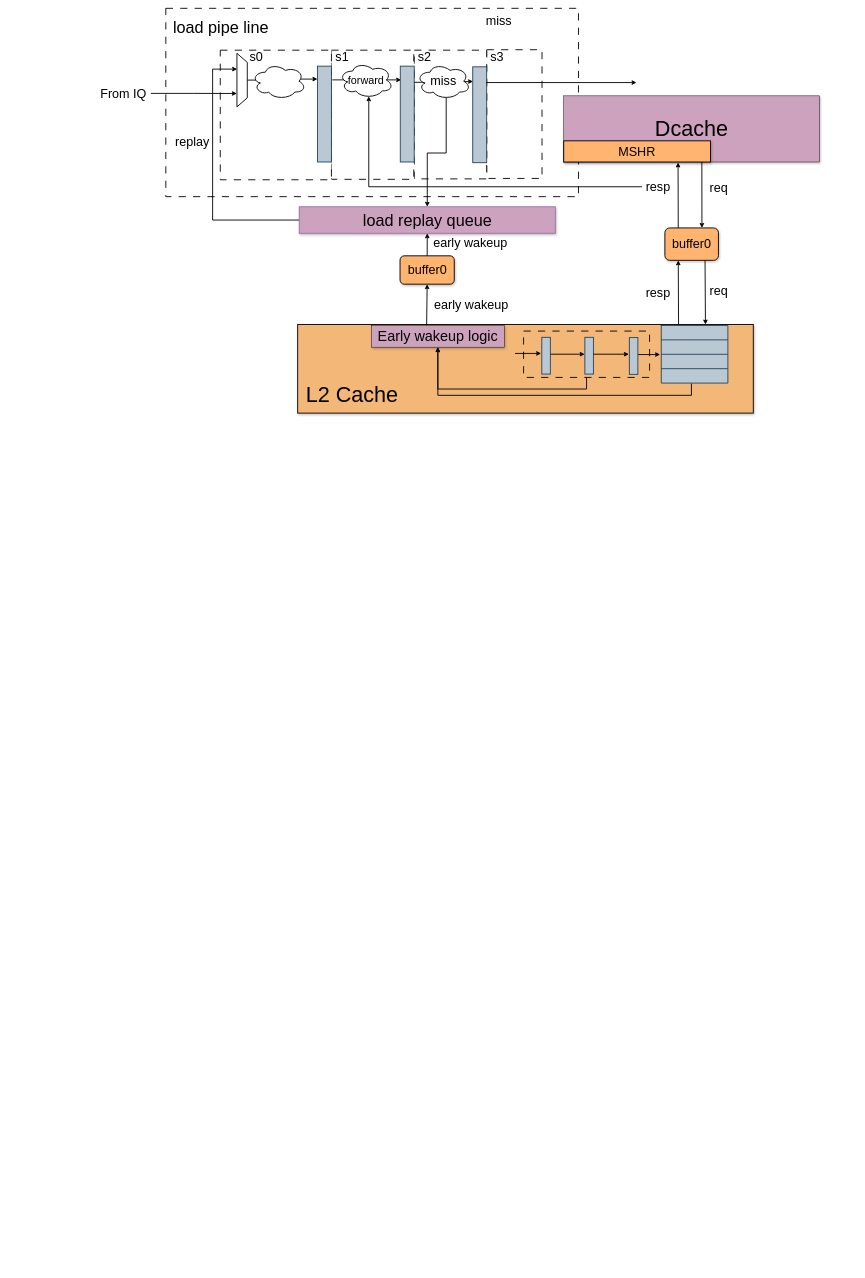
happy-lx/drawio keeps this draw.io diagram as page "第 1 页" (1 of 3) of l1_miss_l2_hit_pipeline (2).drawio. Above is the earlier version. Source tidied: cells renumbered, new cells numbered last; positions are measured from the earlier drawing's top-left corner, leaving out a move shared by most shapes. Both pictures are drawn from the tidied source at 45%, with x=0, y=0 at pixel (96, 8).
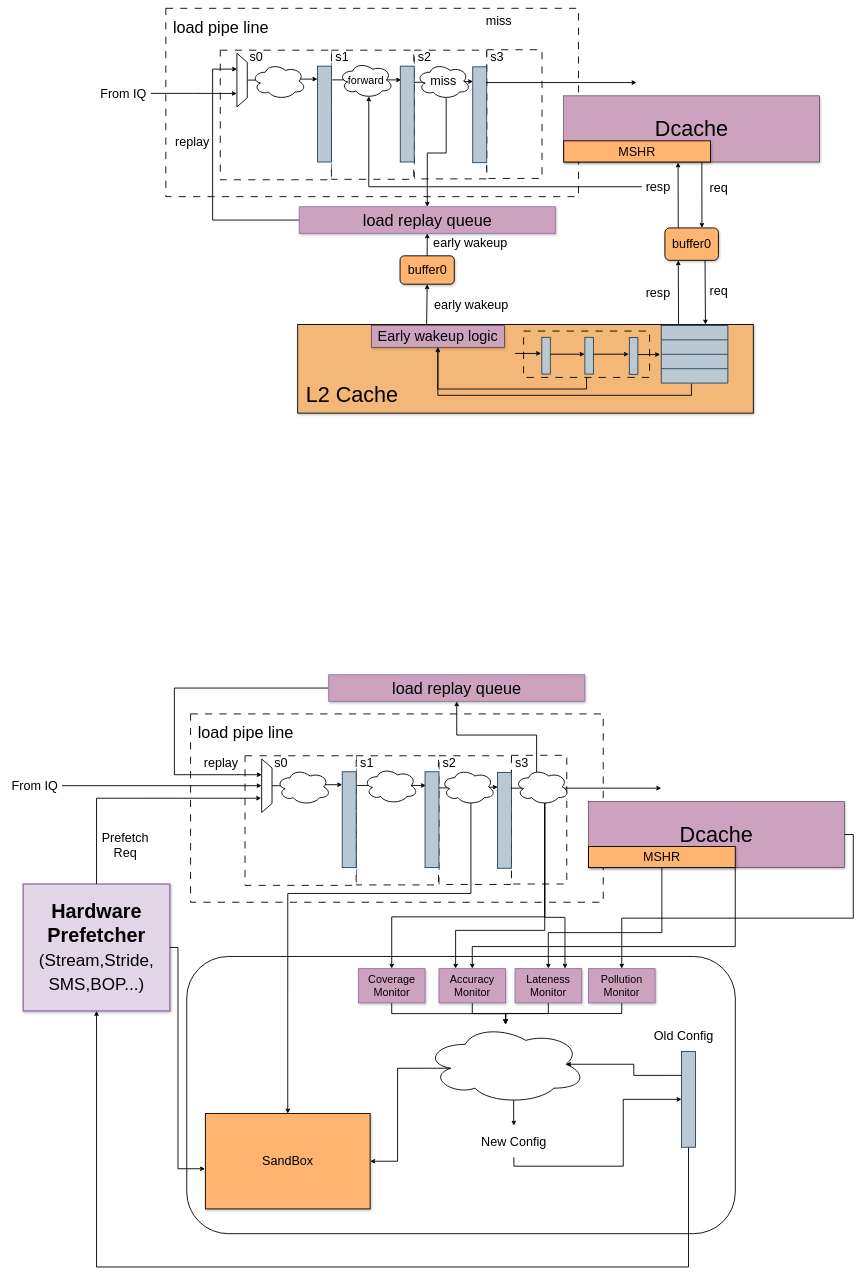
After the change.

Diff of the diagram source:
```diff
@@
+    <mxCell id="71" style="rounded=1;whiteSpace=wrap;html=1;strokeWidth=2;" parent="1" vertex="1">
+      <mxGeometry x="200.5" y="2107" width="1219" height="616" as="geometry" />
+    </mxCell>
@@
+    <mxCell id="72" style="rounded=0;whiteSpace=wrap;html=1;dashed=1;dashPattern=8 8;strokeWidth=2;" parent="1" vertex="1">
+      <mxGeometry x="209" y="1568" width="917" height="418.5" as="geometry" />
+    </mxCell>
+    <mxCell id="73" style="rounded=0;whiteSpace=wrap;html=1;dashed=1;dashPattern=8 8;strokeWidth=2;" parent="1" vertex="1">
+      <mxGeometry x="922" y="1660" width="123" height="286" as="geometry" />
+    </mxCell>
+    <mxCell id="74" style="rounded=0;whiteSpace=wrap;html=1;dashed=1;dashPattern=8 8;strokeWidth=2;" parent="1" vertex="1">
+      <mxGeometry x="761" y="1661" width="161" height="286" as="geometry" />
+    </mxCell>
+    <mxCell id="75" style="rounded=0;whiteSpace=wrap;html=1;dashed=1;dashPattern=8 8;strokeWidth=2;" parent="1" vertex="1">
+      <mxGeometry x="577" y="1661" width="183" height="287" as="geometry" />
+    </mxCell>
+    <mxCell id="76" style="rounded=0;whiteSpace=wrap;html=1;dashed=1;dashPattern=8 8;strokeWidth=2;" parent="1" vertex="1">
+      <mxGeometry x="330" y="1661" width="247" height="288" as="geometry" />
+    </mxCell>
+    <mxCell id="77" style="edgeStyle=orthogonalEdgeStyle;rounded=0;orthogonalLoop=1;jettySize=auto;html=1;exitX=1;exitY=0.5;exitDx=0;exitDy=0;entryX=0;entryY=0.5;entryDx=0;entryDy=0;strokeWidth=2;" parent="1" edge="1">
+      <mxGeometry relative="1" as="geometry">
+        <mxPoint x="579" y="1727" as="sourcePoint" />
+        <mxPoint x="732" y="1727" as="targetPoint" />
+      </mxGeometry>
+    </mxCell>
+    <mxCell id="78" style="rounded=0;whiteSpace=wrap;html=1;fillColor=#bac8d3;strokeColor=#23445d;strokeWidth=2;" parent="1" vertex="1">
+      <mxGeometry x="546" y="1696.5" width="31" height="213" as="geometry" />
+    </mxCell>
+    <mxCell id="79" style="rounded=0;whiteSpace=wrap;html=1;fillColor=#bac8d3;strokeColor=#23445d;strokeWidth=2;" parent="1" vertex="1">
+      <mxGeometry x="730" y="1696.5" width="31" height="213" as="geometry" />
+    </mxCell>
+    <mxCell id="80" style="rounded=0;whiteSpace=wrap;html=1;fillColor=#bac8d3;strokeColor=#23445d;strokeWidth=2;" parent="1" vertex="1">
+      <mxGeometry x="891" y="1698" width="31" height="213" as="geometry" />
+    </mxCell>
+    <mxCell id="81" value="&lt;font style=&quot;font-size: 28px;&quot;&gt;s0&lt;/font&gt;" style="text;html=1;strokeColor=none;fillColor=none;align=center;verticalAlign=middle;whiteSpace=wrap;rounded=0;strokeWidth=2;" parent="1" vertex="1">
+      <mxGeometry x="380" y="1661" width="60" height="30" as="geometry" />
+    </mxCell>
+    <mxCell id="82" value="&lt;font style=&quot;font-size: 28px;&quot;&gt;s1&lt;/font&gt;" style="text;html=1;strokeColor=none;fillColor=none;align=center;verticalAlign=middle;whiteSpace=wrap;rounded=0;strokeWidth=2;" parent="1" vertex="1">
+      <mxGeometry x="571" y="1661" width="60" height="30" as="geometry" />
+    </mxCell>
+    <mxCell id="83" value="&lt;font style=&quot;font-size: 28px;&quot;&gt;s2&lt;/font&gt;" style="text;html=1;strokeColor=none;fillColor=none;align=center;verticalAlign=middle;whiteSpace=wrap;rounded=0;strokeWidth=2;" parent="1" vertex="1">
+      <mxGeometry x="754" y="1661" width="60" height="30" as="geometry" />
+    </mxCell>
+    <mxCell id="84" value="&lt;font style=&quot;font-size: 28px;&quot;&gt;s3&lt;/font&gt;" style="text;html=1;strokeColor=none;fillColor=none;align=center;verticalAlign=middle;whiteSpace=wrap;rounded=0;strokeWidth=2;" parent="1" vertex="1">
+      <mxGeometry x="915" y="1661" width="60" height="30" as="geometry" />
+    </mxCell>
+    <mxCell id="85" style="edgeStyle=orthogonalEdgeStyle;rounded=0;jettySize=auto;html=1;exitX=1;exitY=0.5;exitDx=0;exitDy=0;entryX=0.5;entryY=0;entryDx=0;entryDy=0;strokeWidth=2;" parent="1" edge="1" source="86" target="114">
+      <mxGeometry relative="1" as="geometry" />
+    </mxCell>
+    <mxCell id="86" value="&lt;span style=&quot;font-size: 48px;&quot;&gt;&lt;font color=&quot;#000000&quot;&gt;Dcache&lt;/font&gt;&lt;/span&gt;" style="rounded=0;whiteSpace=wrap;html=1;fillColor=#CDA2BE;fontColor=#FFFFFF;shadow=1;" parent="1" vertex="1">
+      <mxGeometry x="1093.2" y="1762.5" width="568.5" height="147" as="geometry" />
+    </mxCell>
+    <mxCell id="87" style="edgeStyle=orthogonalEdgeStyle;rounded=0;jettySize=auto;html=1;exitX=0;exitY=0.5;exitDx=0;exitDy=0;entryX=0.295;entryY=0.98;entryDx=0;entryDy=0;entryPerimeter=0;strokeWidth=2;" parent="1" edge="1" source="103" target="91">
+      <mxGeometry relative="1" as="geometry">
+        <Array as="points">
+          <mxPoint x="173" y="1511" />
+          <mxPoint x="173" y="1703" />
+        </Array>
+      </mxGeometry>
+    </mxCell>
+    <mxCell id="88" value="&lt;font style=&quot;font-size: 28px;&quot;&gt;replay&lt;/font&gt;" style="text;html=1;strokeColor=none;fillColor=none;align=center;verticalAlign=middle;whiteSpace=wrap;rounded=0;strokeWidth=2;" parent="1" vertex="1">
+      <mxGeometry x="233.5" y="1656.5" width="86" height="39" as="geometry" />
+    </mxCell>
+    <mxCell id="89" value="&lt;font style=&quot;font-size: 36px;&quot;&gt;load pipe line&lt;/font&gt;" style="rounded=0;whiteSpace=wrap;html=1;strokeColor=none;strokeWidth=2;" parent="1" vertex="1">
+      <mxGeometry x="218" y="1575" width="227" height="70" as="geometry" />
+    </mxCell>
+    <mxCell id="90" style="edgeStyle=orthogonalEdgeStyle;rounded=0;jettySize=auto;html=1;exitX=0.5;exitY=0;exitDx=0;exitDy=0;entryX=0;entryY=0.135;entryDx=0;entryDy=0;entryPerimeter=0;strokeWidth=2;" parent="1" edge="1" source="91" target="78">
+      <mxGeometry relative="1" as="geometry" />
+    </mxCell>
+    <mxCell id="91" style="shape=trapezoid;perimeter=trapezoidPerimeter;whiteSpace=wrap;html=1;fixedSize=1;direction=south;strokeWidth=2;" parent="1" vertex="1">
+      <mxGeometry x="367" y="1668" width="23" height="119" as="geometry" />
+    </mxCell>
+    <mxCell id="92" style="edgeStyle=orthogonalEdgeStyle;rounded=0;jettySize=auto;html=1;exitX=0.5;exitY=1;exitDx=0;exitDy=0;entryX=0.5;entryY=0;entryDx=0;entryDy=0;strokeWidth=2;" parent="1" edge="1" source="94" target="112">
+      <mxGeometry relative="1" as="geometry">
+        <Array as="points">
+          <mxPoint x="1256" y="2054" />
+          <mxPoint x="1004" y="2054" />
+        </Array>
+      </mxGeometry>
+    </mxCell>
+    <mxCell id="93" style="edgeStyle=orthogonalEdgeStyle;rounded=0;jettySize=auto;html=1;exitX=1;exitY=1;exitDx=0;exitDy=0;strokeWidth=2;" parent="1" edge="1" source="94" target="110">
+      <mxGeometry relative="1" as="geometry">
+        <Array as="points">
+          <mxPoint x="1420" y="2085" />
+          <mxPoint x="835" y="2085" />
+        </Array>
+      </mxGeometry>
+    </mxCell>
+    <mxCell id="94" value="&lt;font style=&quot;font-size: 28px;&quot;&gt;MSHR&lt;/font&gt;" style="rounded=0;whiteSpace=wrap;html=1;strokeWidth=2;fillColor=#ffb570;shadow=1;" parent="1" vertex="1">
+      <mxGeometry x="1093.2" y="1862.5" width="326.2" height="47" as="geometry" />
+    </mxCell>
+    <mxCell id="95" style="ellipse;shape=cloud;whiteSpace=wrap;html=1;strokeWidth=2;" parent="1" vertex="1">
+      <mxGeometry x="400" y="1690" width="120" height="80" as="geometry" />
+    </mxCell>
+    <mxCell id="96" style="ellipse;shape=cloud;whiteSpace=wrap;html=1;strokeWidth=2;" parent="1" vertex="1">
+      <mxGeometry x="594" y="1687.5" width="120" height="80" as="geometry" />
+    </mxCell>
+    <mxCell id="97" style="edgeStyle=orthogonalEdgeStyle;rounded=0;jettySize=auto;html=1;exitX=1;exitY=0.5;exitDx=0;exitDy=0;strokeWidth=2;" parent="1" edge="1" source="99" target="91">
+      <mxGeometry relative="1" as="geometry" />
+    </mxCell>
+    <mxCell id="98" style="endArrow=classic;html=1;rounded=0;exitX=0;exitY=0.25;exitDx=0;exitDy=0;entryX=0.025;entryY=0.153;entryDx=0;entryDy=0;entryPerimeter=0;strokeWidth=2;" parent="1" edge="1" source="74" target="80">
+      <mxGeometry relative="1" as="geometry" />
+    </mxCell>
+    <mxCell id="99" value="&lt;font style=&quot;font-size: 28px;&quot;&gt;From IQ&lt;/font&gt;" style="rounded=0;whiteSpace=wrap;html=1;strokeColor=none;" parent="1" vertex="1">
+      <mxGeometry x="-197" y="1697.5" width="120" height="60" as="geometry" />
+    </mxCell>
+    <mxCell id="100" style="edgeStyle=orthogonalEdgeStyle;rounded=0;jettySize=auto;html=1;exitX=0.55;exitY=0.95;exitDx=0;exitDy=0;exitPerimeter=0;entryX=0.5;entryY=0;entryDx=0;entryDy=0;strokeWidth=2;" parent="1" edge="1" source="101" target="122">
+      <mxGeometry relative="1" as="geometry">
+        <Array as="points">
+          <mxPoint x="832" y="1967" />
+          <mxPoint x="425" y="1967" />
+        </Array>
+      </mxGeometry>
+    </mxCell>
+    <mxCell id="101" style="ellipse;shape=cloud;whiteSpace=wrap;html=1;strokeWidth=2;" parent="1" vertex="1">
+      <mxGeometry x="766" y="1690" width="120" height="80" as="geometry" />
+    </mxCell>
+    <mxCell id="102" style="endArrow=classic;html=1;rounded=0;exitX=0.961;exitY=0.164;exitDx=0;exitDy=0;exitPerimeter=0;strokeWidth=2;" parent="1" edge="1" source="80">
+      <mxGeometry relative="1" as="geometry">
+        <mxPoint x="1255" y="1733" as="targetPoint" />
+      </mxGeometry>
+    </mxCell>
+    <mxCell id="103" value="&lt;font style=&quot;font-size: 36px;&quot;&gt;load replay queue&lt;/font&gt;" style="rounded=0;whiteSpace=wrap;html=1;fillColor=#CDA2BE;strokeColor=#9673a6;strokeWidth=2;shadow=1;" parent="1" vertex="1">
+      <mxGeometry x="516" y="1481" width="569" height="59" as="geometry" />
+    </mxCell>
+    <mxCell id="104" style="edgeStyle=orthogonalEdgeStyle;rounded=0;jettySize=auto;html=1;exitX=0.4;exitY=0.1;exitDx=0;exitDy=0;exitPerimeter=0;entryX=0.5;entryY=1;entryDx=0;entryDy=0;strokeWidth=2;" parent="1" edge="1" source="108" target="103">
+      <mxGeometry relative="1" as="geometry" />
+    </mxCell>
+    <mxCell id="105" style="edgeStyle=orthogonalEdgeStyle;rounded=0;jettySize=auto;html=1;exitX=0.55;exitY=0.95;exitDx=0;exitDy=0;exitPerimeter=0;entryX=0.5;entryY=0;entryDx=0;entryDy=0;strokeWidth=2;" parent="1" edge="1" source="108" target="116">
+      <mxGeometry relative="1" as="geometry">
+        <Array as="points">
+          <mxPoint x="996" y="2019" />
+          <mxPoint x="656" y="2019" />
+        </Array>
+      </mxGeometry>
+    </mxCell>
+    <mxCell id="106" style="edgeStyle=orthogonalEdgeStyle;rounded=0;jettySize=auto;html=1;exitX=0.55;exitY=0.95;exitDx=0;exitDy=0;exitPerimeter=0;entryX=0.25;entryY=0;entryDx=0;entryDy=0;strokeWidth=2;" parent="1" edge="1" source="108" target="110">
+      <mxGeometry relative="1" as="geometry">
+        <Array as="points">
+          <mxPoint x="996" y="2049" />
+          <mxPoint x="798" y="2049" />
+        </Array>
+      </mxGeometry>
+    </mxCell>
+    <mxCell id="107" style="edgeStyle=orthogonalEdgeStyle;rounded=0;jettySize=auto;html=1;exitX=0.55;exitY=0.95;exitDx=0;exitDy=0;exitPerimeter=0;entryX=0.75;entryY=0;entryDx=0;entryDy=0;strokeWidth=2;" parent="1" edge="1" source="108" target="112">
+      <mxGeometry relative="1" as="geometry">
+        <Array as="points">
+          <mxPoint x="996" y="2020" />
+          <mxPoint x="1041" y="2020" />
+        </Array>
+      </mxGeometry>
+    </mxCell>
+    <mxCell id="108" style="ellipse;shape=cloud;whiteSpace=wrap;html=1;strokeWidth=2;" parent="1" vertex="1">
+      <mxGeometry x="930" y="1690" width="120" height="80" as="geometry" />
+    </mxCell>
+    <mxCell id="109" style="edgeStyle=orthogonalEdgeStyle;rounded=0;jettySize=auto;html=1;exitX=0.5;exitY=1;exitDx=0;exitDy=0;strokeWidth=2;" parent="1" edge="1" source="110" target="119">
+      <mxGeometry relative="1" as="geometry" />
+    </mxCell>
+    <mxCell id="110" value="&lt;font style=&quot;font-size: 24px;&quot;&gt;Accuracy&lt;br&gt;Monitor&lt;br&gt;&lt;/font&gt;" style="rounded=0;whiteSpace=wrap;html=1;fillColor=#CDA2BE;strokeColor=#9673a6;strokeWidth=2;shadow=1;" parent="1" vertex="1">
+      <mxGeometry x="761" y="2134" width="148" height="76" as="geometry" />
+    </mxCell>
+    <mxCell id="111" style="edgeStyle=orthogonalEdgeStyle;rounded=0;jettySize=auto;html=1;exitX=0.5;exitY=1;exitDx=0;exitDy=0;strokeWidth=2;" parent="1" edge="1" source="112" target="119">
+      <mxGeometry relative="1" as="geometry" />
+    </mxCell>
+    <mxCell id="112" value="&lt;font style=&quot;font-size: 24px;&quot;&gt;Lateness&lt;br&gt;Monitor&lt;br&gt;&lt;/font&gt;" style="rounded=0;whiteSpace=wrap;html=1;fillColor=#CDA2BE;strokeColor=#9673a6;strokeWidth=2;shadow=1;" parent="1" vertex="1">
+      <mxGeometry x="930" y="2134" width="148" height="76" as="geometry" />
+    </mxCell>
+    <mxCell id="113" style="edgeStyle=orthogonalEdgeStyle;rounded=0;jettySize=auto;html=1;exitX=0.5;exitY=1;exitDx=0;exitDy=0;strokeWidth=2;" parent="1" edge="1" source="114">
+      <mxGeometry relative="1" as="geometry">
+        <mxPoint x="909" y="2257.4" as="targetPoint" />
+      </mxGeometry>
+    </mxCell>
+    <mxCell id="114" value="&lt;font style=&quot;font-size: 24px;&quot;&gt;Pollution&lt;br&gt;Monitor&lt;br&gt;&lt;/font&gt;" style="rounded=0;whiteSpace=wrap;html=1;fillColor=#CDA2BE;strokeColor=#9673a6;strokeWidth=2;shadow=1;" parent="1" vertex="1">
+      <mxGeometry x="1093.2" y="2134" width="148" height="76" as="geometry" />
+    </mxCell>
+    <mxCell id="115" style="edgeStyle=orthogonalEdgeStyle;rounded=0;jettySize=auto;html=1;exitX=0.5;exitY=1;exitDx=0;exitDy=0;strokeWidth=2;" parent="1" edge="1" source="116" target="119">
+      <mxGeometry relative="1" as="geometry" />
+    </mxCell>
+    <mxCell id="116" value="&lt;font style=&quot;font-size: 24px;&quot;&gt;Coverage&lt;br&gt;Monitor&lt;br&gt;&lt;/font&gt;" style="rounded=0;whiteSpace=wrap;html=1;fillColor=#CDA2BE;strokeColor=#9673a6;strokeWidth=2;shadow=1;" parent="1" vertex="1">
+      <mxGeometry x="582" y="2134" width="148" height="76" as="geometry" />
+    </mxCell>
+    <mxCell id="117" style="edgeStyle=orthogonalEdgeStyle;rounded=0;jettySize=auto;html=1;exitX=0.16;exitY=0.55;exitDx=0;exitDy=0;exitPerimeter=0;entryX=1;entryY=0.5;entryDx=0;entryDy=0;strokeWidth=2;" parent="1" edge="1" source="119" target="122">
+      <mxGeometry relative="1" as="geometry" />
+    </mxCell>
+    <mxCell id="118" style="edgeStyle=orthogonalEdgeStyle;rounded=0;jettySize=auto;html=1;exitX=0.55;exitY=0.95;exitDx=0;exitDy=0;exitPerimeter=0;strokeWidth=2;" parent="1" edge="1" source="119" target="121">
+      <mxGeometry relative="1" as="geometry" />
+    </mxCell>
+    <mxCell id="119" style="ellipse;shape=cloud;whiteSpace=wrap;html=1;strokeWidth=2;" parent="1" vertex="1">
+      <mxGeometry x="730" y="2258" width="358" height="177" as="geometry" />
+    </mxCell>
+    <mxCell id="120" style="edgeStyle=orthogonalEdgeStyle;rounded=0;jettySize=auto;html=1;exitX=0.5;exitY=1;exitDx=0;exitDy=0;entryX=0;entryY=0.5;entryDx=0;entryDy=0;strokeWidth=2;" parent="1" edge="1" source="121" target="129">
+      <mxGeometry relative="1" as="geometry" />
+    </mxCell>
+    <mxCell id="121" value="&lt;font style=&quot;font-size: 28px;&quot;&gt;New Config&lt;/font&gt;" style="rounded=0;whiteSpace=wrap;html=1;strokeColor=none;strokeWidth=2;" parent="1" vertex="1">
+      <mxGeometry x="814" y="2483" width="227" height="70" as="geometry" />
+    </mxCell>
+    <mxCell id="122" value="&lt;font style=&quot;font-size: 28px;&quot;&gt;SandBox&lt;/font&gt;" style="rounded=0;whiteSpace=wrap;html=1;strokeWidth=2;fillColor=#ffb570;shadow=1;" parent="1" vertex="1">
+      <mxGeometry x="241.9" y="2456" width="366.1" height="212" as="geometry" />
+    </mxCell>
+    <mxCell id="123" value="&lt;font style=&quot;&quot;&gt;&lt;b&gt;Hardware&lt;/b&gt;&lt;br style=&quot;font-size: 44px;&quot;&gt;&lt;b&gt;Prefetcher&lt;br&gt;&lt;/b&gt;&lt;font style=&quot;font-size: 38px;&quot;&gt;(Stream,Stride,&lt;br&gt;SMS,BOP...)&lt;/font&gt;&lt;br style=&quot;font-size: 44px;&quot;&gt;&lt;/font&gt;" style="rounded=0;whiteSpace=wrap;html=1;shadow=1;strokeWidth=3;fillColor=#e1d5e7;strokeColor=#9673a6;fontSize=44;" parent="1" vertex="1">
+      <mxGeometry x="-163" y="1946" width="326" height="282" as="geometry" />
+    </mxCell>
+    <mxCell id="124" style="edgeStyle=orthogonalEdgeStyle;rounded=0;jettySize=auto;html=1;exitX=0.5;exitY=0;exitDx=0;exitDy=0;entryX=0.734;entryY=1.043;entryDx=0;entryDy=0;entryPerimeter=0;strokeWidth=2;" parent="1" edge="1" source="123" target="91">
+      <mxGeometry relative="1" as="geometry" />
+    </mxCell>
+    <mxCell id="125" value="&lt;font style=&quot;font-size: 28px;&quot;&gt;Prefetch Req&lt;/font&gt;" style="text;html=1;strokeColor=none;fillColor=none;align=center;verticalAlign=middle;whiteSpace=wrap;rounded=0;strokeWidth=2;" parent="1" vertex="1">
+      <mxGeometry x="6" y="1824" width="116" height="72" as="geometry" />
+    </mxCell>
+    <mxCell id="126" style="edgeStyle=orthogonalEdgeStyle;rounded=0;jettySize=auto;html=1;exitX=1;exitY=0.5;exitDx=0;exitDy=0;entryX=-0.002;entryY=0.579;entryDx=0;entryDy=0;entryPerimeter=0;strokeWidth=2;" parent="1" edge="1" source="123" target="122">
+      <mxGeometry relative="1" as="geometry">
+        <Array as="points">
+          <mxPoint x="181" y="2087" />
+          <mxPoint x="181" y="2579" />
+        </Array>
+      </mxGeometry>
+    </mxCell>
+    <mxCell id="127" value="&lt;font style=&quot;font-size: 28px;&quot;&gt;Old Config&lt;/font&gt;" style="rounded=0;whiteSpace=wrap;html=1;strokeColor=none;strokeWidth=2;" parent="1" vertex="1">
+      <mxGeometry x="1204" y="2253" width="202" height="60" as="geometry" />
+    </mxCell>
+    <mxCell id="128" style="edgeStyle=orthogonalEdgeStyle;rounded=0;jettySize=auto;html=1;exitX=0.5;exitY=1;exitDx=0;exitDy=0;entryX=0.5;entryY=1;entryDx=0;entryDy=0;strokeWidth=2;" parent="1" edge="1" source="129" target="123">
+      <mxGeometry relative="1" as="geometry">
+        <Array as="points">
+          <mxPoint x="1316" y="2797" />
+          <mxPoint y="2797" />
+        </Array>
+      </mxGeometry>
+    </mxCell>
+    <mxCell id="129" style="rounded=0;whiteSpace=wrap;html=1;fillColor=#bac8d3;strokeColor=#23445d;strokeWidth=2;" parent="1" vertex="1">
+      <mxGeometry x="1300" y="2318" width="31" height="213" as="geometry" />
+    </mxCell>
+    <mxCell id="130" style="edgeStyle=orthogonalEdgeStyle;rounded=0;jettySize=auto;html=1;exitX=0;exitY=0.25;exitDx=0;exitDy=0;entryX=0.875;entryY=0.5;entryDx=0;entryDy=0;entryPerimeter=0;strokeWidth=2;" parent="1" edge="1" source="129" target="119">
+      <mxGeometry relative="1" as="geometry" />
+    </mxCell>
```
